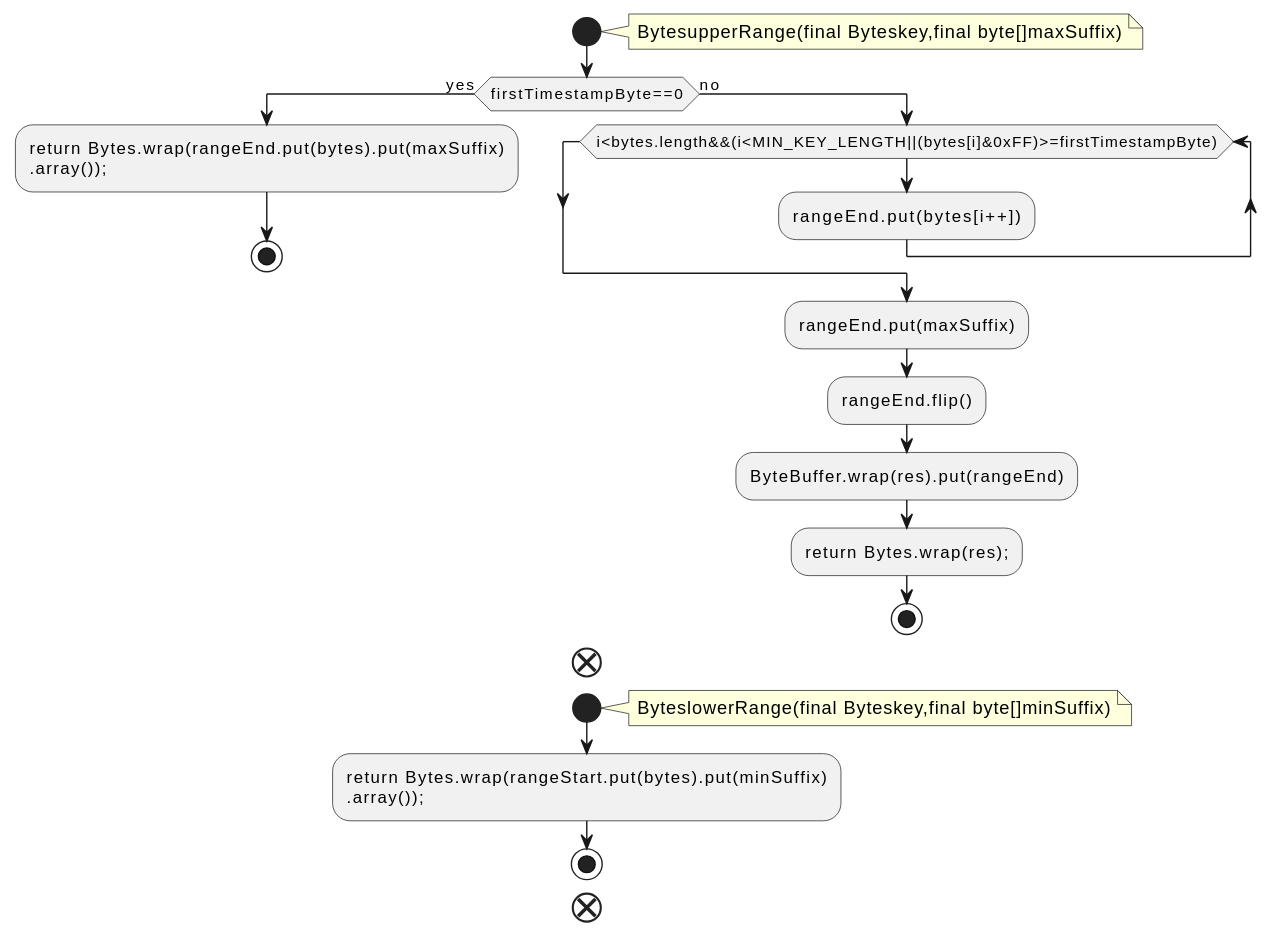
qualitesys/kafka keeps this PlantUML diagram as docs/qc/streams/src/main/java/org/apache/kafka/streams/state/internals/OrderedBytes.java.fct.svg. Above is the earlier version. The source it was exported from:
```plantuml
@startuml
!pragma layout smetana
start
note right
BytesupperRange(final Byteskey,final byte[]maxSuffix)
end note
if (firstTimestampByte==0) then (yes)
:return Bytes.wrap(rangeEnd.put(bytes).put(maxSuffix)
.array());;
stop
else (no)
while (i<bytes.length&&(i<MIN_KEY_LENGTH||(bytes[i]&0xFF)>=firstTimestampByte))
:rangeEnd.put(bytes[i++]);
endwhile
:rangeEnd.put(maxSuffix);
:rangeEnd.flip();
:ByteBuffer.wrap(res).put(rangeEnd);
:return Bytes.wrap(res);;
stop
endif
end
start
note right
ByteslowerRange(final Byteskey,final byte[]minSuffix)
end note
:return Bytes.wrap(rangeStart.put(bytes).put(minSuffix)
.array());;
stop
end
@enduml
```
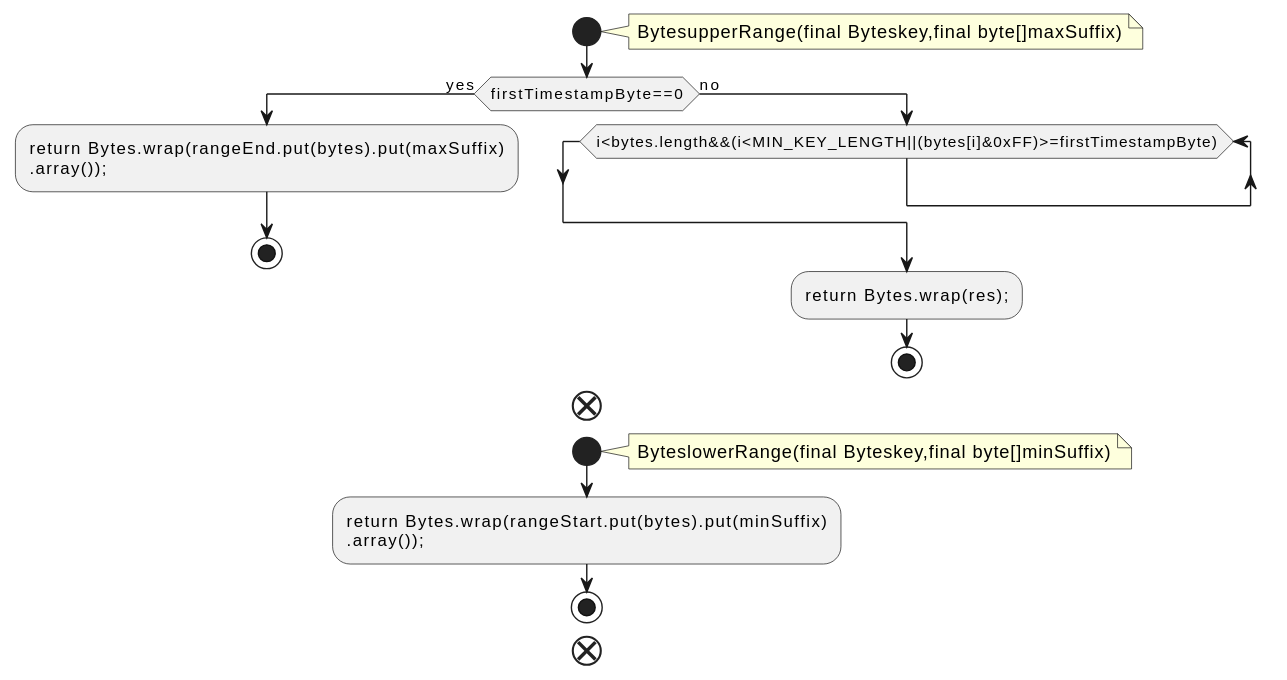
Above is the later version.

Diff of the diagram source:
```diff
@@ -10,11 +10,7 @@
 stop
 else (no)
 while (i<bytes.length&&(i<MIN_KEY_LENGTH||(bytes[i]&0xFF)>=firstTimestampByte))
-:rangeEnd.put(bytes[i++]);
 endwhile
-:rangeEnd.put(maxSuffix);
-:rangeEnd.flip();
-:ByteBuffer.wrap(res).put(rangeEnd);
 :return Bytes.wrap(res);;
 stop
 endif
```
